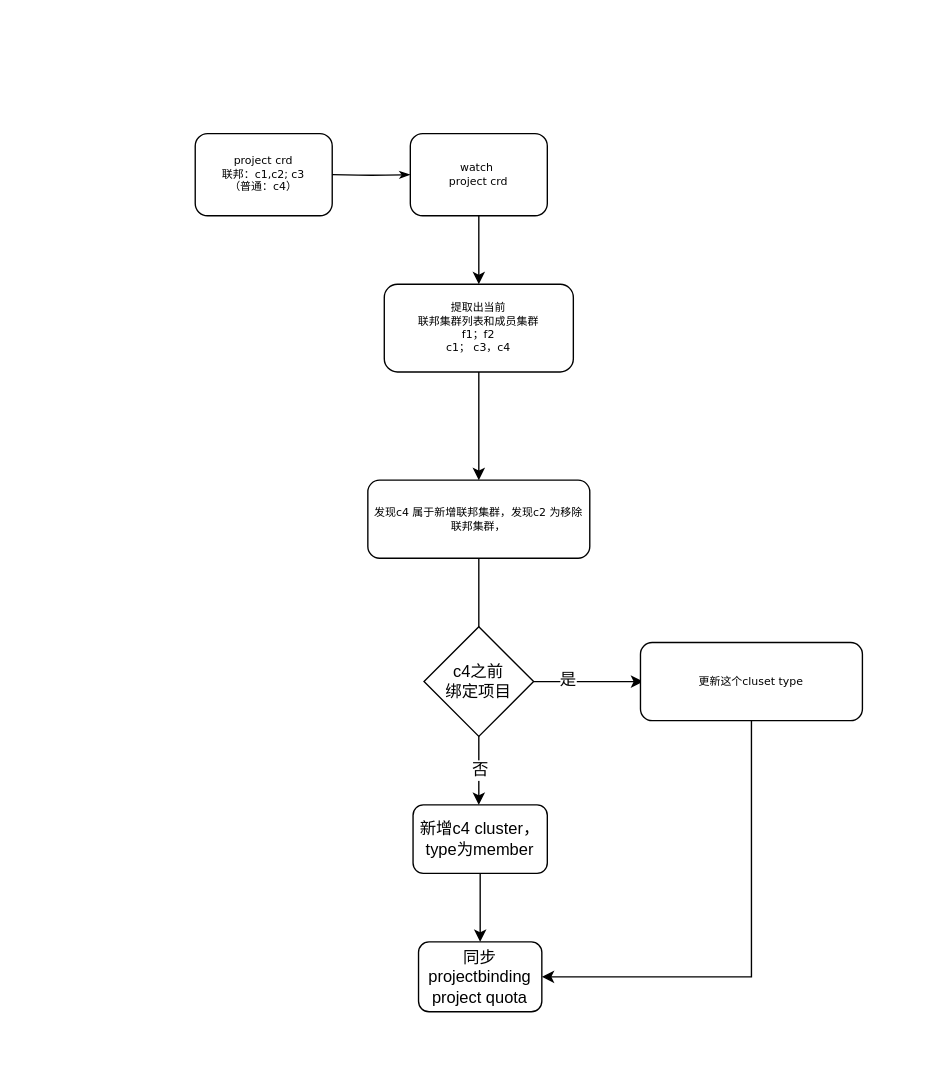
This is page "Page-3" (3 of 5) of federateclusters.drawio from ssider/system_designs, a draw.io file, before an edit. Source tidied: cells renumbered, new cells numbered last; positions are measured from the earlier drawing's top-left corner, leaving out a move shared by most shapes. Both pictures are drawn from the tidied source at 137%, with x=0, y=0 at pixel (195, 133).
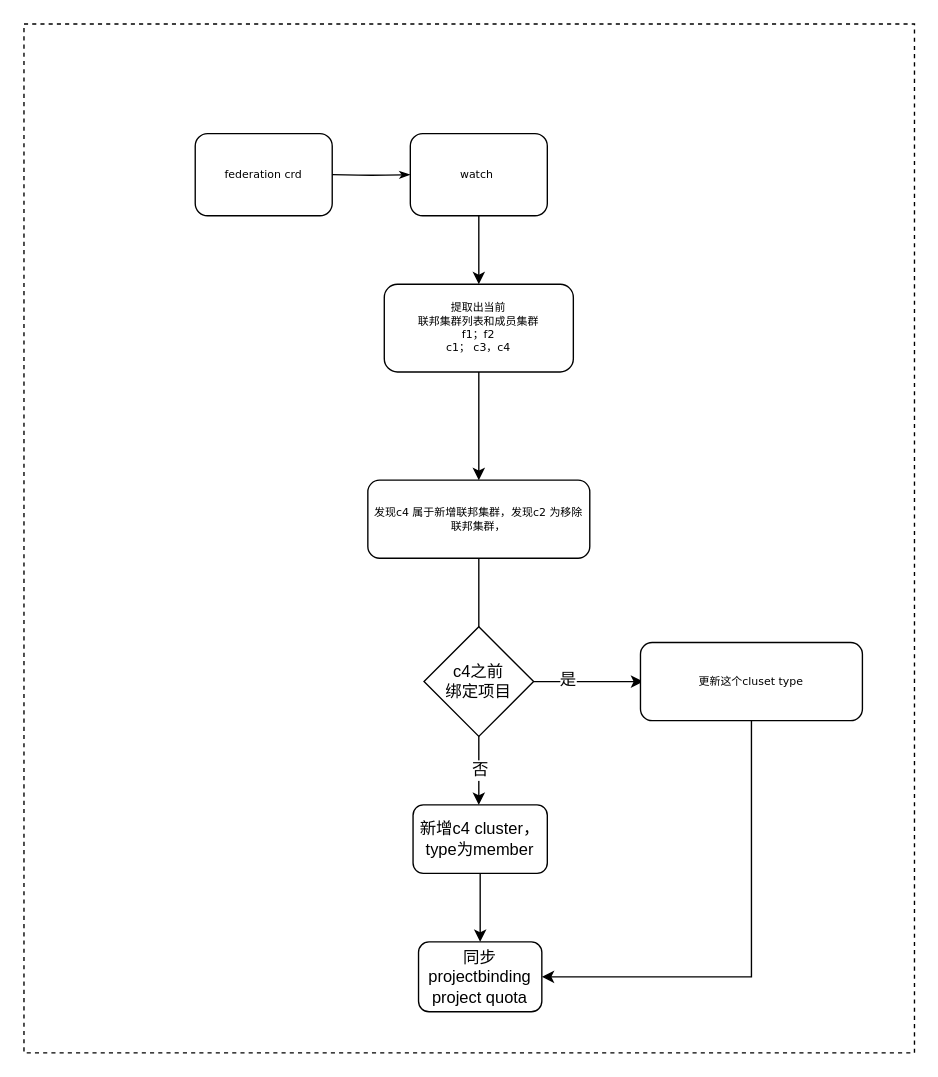
The same page after the edit.

Diff of the diagram source:
```diff
@@
+    <mxCell id="20" style="rounded=0;whiteSpace=wrap;html=1;dashed=1;gradientColor=none;fillColor=none;" parent="1" vertex="1">
+      <mxGeometry x="-125" y="-80" width="650" height="751" as="geometry" />
+    </mxCell>
-    <mxCell id="2" value="project crd&lt;br&gt;联邦：c1,c2; c3&lt;br&gt;（普通：c4）" style="rounded=1;whiteSpace=wrap;html=1;shadow=0;labelBackgroundColor=none;strokeColor=#000000;strokeWidth=1;fillColor=#ffffff;fontFamily=Verdana;fontSize=8;fontColor=#000000;align=center;" parent="1" vertex="1">
+    <mxCell id="2" value="federation crd" style="rounded=1;whiteSpace=wrap;html=1;shadow=0;labelBackgroundColor=none;strokeColor=#000000;strokeWidth=1;fillColor=#ffffff;fontFamily=Verdana;fontSize=8;fontColor=#000000;align=center;" parent="1" vertex="1">
       <mxGeometry width="100" height="60" as="geometry" />
     </mxCell>
@@
-    <mxCell id="5" value="watch&amp;nbsp;&lt;br&gt;project crd" style="rounded=1;whiteSpace=wrap;html=1;shadow=0;labelBackgroundColor=none;strokeColor=#000000;strokeWidth=1;fillColor=#ffffff;fontFamily=Verdana;fontSize=8;fontColor=#000000;align=center;" parent="1" vertex="1">
+    <mxCell id="5" value="watch&amp;nbsp;" style="rounded=1;whiteSpace=wrap;html=1;shadow=0;labelBackgroundColor=none;strokeColor=#000000;strokeWidth=1;fillColor=#ffffff;fontFamily=Verdana;fontSize=8;fontColor=#000000;align=center;" parent="1" vertex="1">
       <mxGeometry x="157" width="100" height="60" as="geometry" />
     </mxCell>
```
